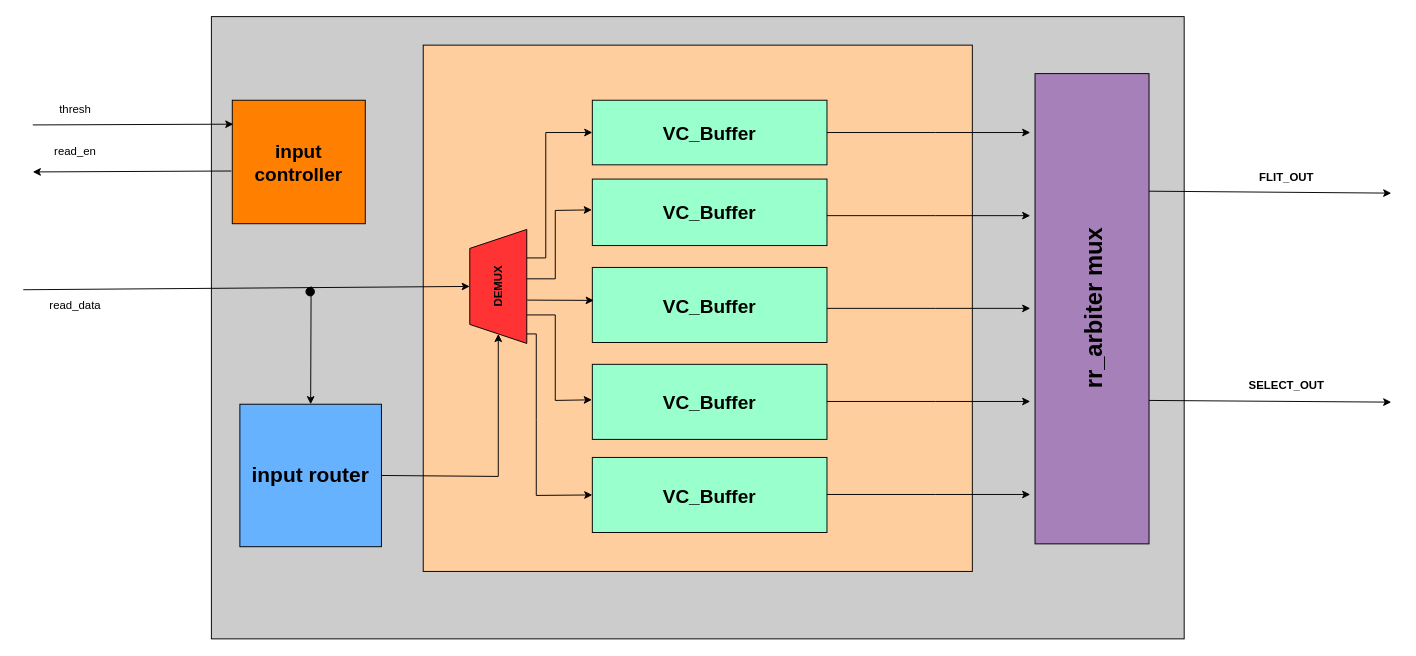
Before: page "temp-input_module" (13 of 16) of NoC.drawio in Akilax0/minimal_NoC, a draw.io diagram. Source tidied: cells renumbered, new cells numbered last; positions are measured from the earlier drawing's top-left corner, leaving out a move shared by most shapes. Both pictures are drawn from the tidied source at 95%, with x=0, y=0 at pixel (23, 16).
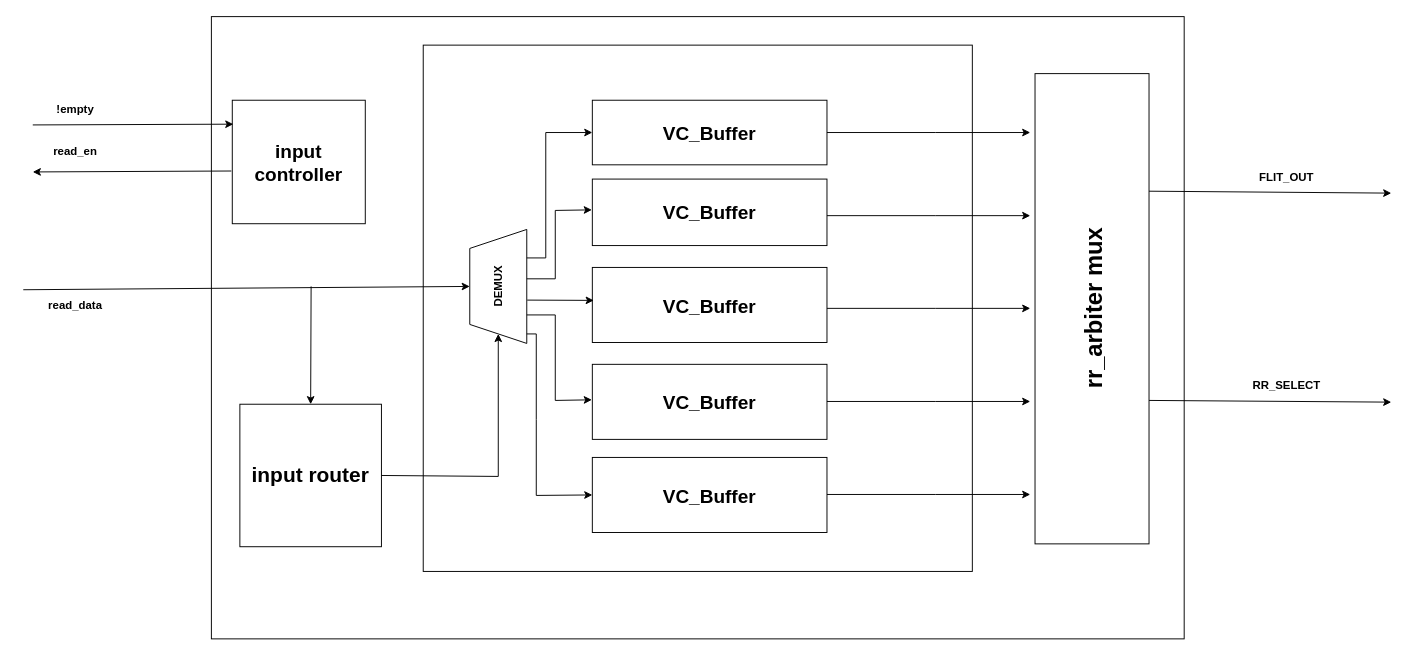
Above is the later version.

Diff of the diagram source:
```diff
@@
-    <mxCell id="2" style="rounded=0;whiteSpace=wrap;html=1;fillColor=#CCCCCC;" parent="1" vertex="1">
+    <mxCell id="2" style="rounded=0;whiteSpace=wrap;html=1;fillColor=none;" parent="1" vertex="1">
       <mxGeometry x="198" width="1024" height="655" as="geometry" />
     </mxCell>
-    <mxCell id="3" style="rounded=0;whiteSpace=wrap;html=1;fillColor=#FFCE9F;" parent="1" vertex="1">
+    <mxCell id="3" style="rounded=0;whiteSpace=wrap;html=1;fillColor=none;" parent="1" vertex="1">
       <mxGeometry x="421" y="30" width="578" height="554" as="geometry" />
     </mxCell>
-    <mxCell id="4" value="&lt;font style=&quot;font-size: 22px;&quot;&gt;&lt;b&gt;input router&lt;/b&gt;&lt;/font&gt;" style="rounded=0;whiteSpace=wrap;html=1;fillColor=#66B2FF;" parent="1" vertex="1">
+    <mxCell id="4" value="&lt;font style=&quot;font-size: 22px;&quot;&gt;&lt;b&gt;input router&lt;/b&gt;&lt;/font&gt;" style="rounded=0;whiteSpace=wrap;html=1;fillColor=none;" parent="1" vertex="1">
       <mxGeometry x="228" y="408" width="149" height="150" as="geometry" />
     </mxCell>
-    <mxCell id="5" value="&lt;font style=&quot;font-size: 20px;&quot;&gt;&lt;b&gt;VC_Buffer&lt;/b&gt;&lt;/font&gt;" style="rounded=0;whiteSpace=wrap;html=1;fillColor=#99FFCC;" parent="1" vertex="1">
+    <mxCell id="5" value="&lt;font style=&quot;font-size: 20px;&quot;&gt;&lt;b&gt;VC_Buffer&lt;/b&gt;&lt;/font&gt;" style="rounded=0;whiteSpace=wrap;html=1;fillColor=none;" parent="1" vertex="1">
       <mxGeometry x="599" y="88" width="247" height="68" as="geometry" />
     </mxCell>
-    <mxCell id="6" value="&lt;font style=&quot;font-size: 20px;&quot;&gt;&lt;b&gt;VC_Buffer&lt;/b&gt;&lt;/font&gt;" style="rounded=0;whiteSpace=wrap;html=1;fillColor=#99FFCC;" parent="1" vertex="1">
+    <mxCell id="6" value="&lt;font style=&quot;font-size: 20px;&quot;&gt;&lt;b&gt;VC_Buffer&lt;/b&gt;&lt;/font&gt;" style="rounded=0;whiteSpace=wrap;html=1;fillColor=none;" parent="1" vertex="1">
       <mxGeometry x="599" y="171" width="247" height="70" as="geometry" />
     </mxCell>
-    <mxCell id="7" value="&lt;font style=&quot;font-size: 20px;&quot;&gt;&lt;b&gt;VC_Buffer&lt;/b&gt;&lt;/font&gt;" style="rounded=0;whiteSpace=wrap;html=1;fillColor=#99FFCC;" parent="1" vertex="1">
+    <mxCell id="7" value="&lt;font style=&quot;font-size: 20px;&quot;&gt;&lt;b&gt;VC_Buffer&lt;/b&gt;&lt;/font&gt;" style="rounded=0;whiteSpace=wrap;html=1;fillColor=none;" parent="1" vertex="1">
       <mxGeometry x="599" y="264" width="247" height="79" as="geometry" />
     </mxCell>
-    <mxCell id="8" value="&lt;font style=&quot;font-size: 20px;&quot;&gt;&lt;b&gt;VC_Buffer&lt;/b&gt;&lt;/font&gt;" style="rounded=0;whiteSpace=wrap;html=1;fillColor=#99FFCC;" parent="1" vertex="1">
+    <mxCell id="8" value="&lt;font style=&quot;font-size: 20px;&quot;&gt;&lt;b&gt;VC_Buffer&lt;/b&gt;&lt;/font&gt;" style="rounded=0;whiteSpace=wrap;html=1;fillColor=none;" parent="1" vertex="1">
       <mxGeometry x="599" y="366" width="247" height="79" as="geometry" />
     </mxCell>
-    <mxCell id="9" style="rounded=0;whiteSpace=wrap;html=1;fillColor=#A680B8;" parent="1" vertex="1">
+    <mxCell id="9" style="rounded=0;whiteSpace=wrap;html=1;fillColor=none;" parent="1" vertex="1">
       <mxGeometry x="1065" y="60" width="120" height="495" as="geometry" />
     </mxCell>
@@
-    <mxCell id="11" style="endArrow=classic;html=1;rounded=0;exitX=-0.007;exitY=0.409;exitDx=0;exitDy=0;exitPerimeter=0;" parent="1" edge="1">
+    <mxCell id="11" style="endArrow=classic;html=1;rounded=0;exitX=-0.007;exitY=0.409;exitDx=0;exitDy=0;exitPerimeter=0;fillColor=none;" parent="1" edge="1">
       <mxGeometry relative="1" as="geometry">
         <mxPoint x="219" y="162.5" as="sourcePoint" />
         <mxPoint x="10" y="163.5" as="targetPoint" />
       </mxGeometry>
     </mxCell>
-    <mxCell id="12" value="read_en" style="text;html=1;strokeColor=none;fillColor=none;align=center;verticalAlign=middle;whiteSpace=wrap;rounded=0;" parent="1" vertex="1">
+    <mxCell id="12" value="read_en" style="text;html=1;strokeColor=none;fillColor=none;align=center;verticalAlign=middle;whiteSpace=wrap;rounded=0;fontStyle=1;" parent="1" vertex="1">
       <mxGeometry x="5" y="127.2" width="100" height="28.8" as="geometry" />
     </mxCell>
-    <mxCell id="13" style="endArrow=classic;html=1;rounded=0;entryX=0.5;entryY=0;entryDx=0;entryDy=0;" parent="1" edge="1" target="15">
+    <mxCell id="13" style="endArrow=classic;html=1;rounded=0;entryX=0.5;entryY=0;entryDx=0;entryDy=0;fillColor=none;" parent="1" edge="1" target="15">
       <mxGeometry relative="1" as="geometry">
         <mxPoint y="287.5" as="sourcePoint" />
       </mxGeometry>
     </mxCell>
-    <mxCell id="14" value="read_data" style="text;html=1;strokeColor=none;fillColor=none;align=center;verticalAlign=middle;whiteSpace=wrap;rounded=0;" parent="1" vertex="1">
+    <mxCell id="14" value="read_data" style="text;html=1;strokeColor=none;fillColor=none;align=center;verticalAlign=middle;whiteSpace=wrap;rounded=0;fontStyle=1;" parent="1" vertex="1">
       <mxGeometry x="10" y="285" width="90" height="37" as="geometry" />
     </mxCell>
-    <mxCell id="15" value="&lt;b&gt;DEMUX&lt;/b&gt;" style="shape=trapezoid;perimeter=trapezoidPerimeter;whiteSpace=wrap;html=1;fixedSize=1;rotation=-90;fillColor=#FF3333;" parent="1" vertex="1">
+    <mxCell id="15" value="&lt;b&gt;DEMUX&lt;/b&gt;" style="shape=trapezoid;perimeter=trapezoidPerimeter;whiteSpace=wrap;html=1;fixedSize=1;rotation=-90;fillColor=none;" parent="1" vertex="1">
       <mxGeometry x="440" y="254" width="120" height="60" as="geometry" />
     </mxCell>
-    <mxCell id="16" style="endArrow=classic;html=1;rounded=0;entryX=0.5;entryY=0;entryDx=0;entryDy=0;" parent="1" edge="1" target="4">
+    <mxCell id="16" style="endArrow=classic;html=1;rounded=0;entryX=0.5;entryY=0;entryDx=0;entryDy=0;fillColor=none;" parent="1" edge="1" target="4">
       <mxGeometry relative="1" as="geometry">
         <mxPoint x="303" y="284" as="sourcePoint" />
       </mxGeometry>
     </mxCell>
-    <mxCell id="17" style="ellipse;whiteSpace=wrap;html=1;fillColor=#000000;" parent="1" vertex="1">
-      <mxGeometry x="297.5" y="285" width="9" height="9" as="geometry" />
-    </mxCell>
-    <mxCell id="18" style="endArrow=classic;html=1;rounded=0;exitX=1;exitY=0.5;exitDx=0;exitDy=0;" parent="1" edge="1" source="4" target="15">
+    <mxCell id="18" style="endArrow=classic;html=1;rounded=0;exitX=1;exitY=0.5;exitDx=0;exitDy=0;fillColor=none;" parent="1" edge="1" source="4" target="15">
       <mxGeometry relative="1" as="geometry">
         <Array as="points">
           <mxPoint x="500" y="484" />
         </Array>
       </mxGeometry>
     </mxCell>
-    <mxCell id="19" style="endArrow=classic;html=1;rounded=0;exitX=0.75;exitY=1;exitDx=0;exitDy=0;entryX=0;entryY=0.5;entryDx=0;entryDy=0;" parent="1" edge="1" source="15" target="5">
+    <mxCell id="19" style="endArrow=classic;html=1;rounded=0;exitX=0.75;exitY=1;exitDx=0;exitDy=0;entryX=0;entryY=0.5;entryDx=0;entryDy=0;fillColor=none;" parent="1" edge="1" source="15" target="5">
       <mxGeometry relative="1" as="geometry">
         <Array as="points">
           <mxPoint x="550" y="254" />
           <mxPoint x="550" y="122" />
         </Array>
       </mxGeometry>
     </mxCell>
-    <mxCell id="20" style="endArrow=classic;html=1;rounded=0;exitX=0.75;exitY=1;exitDx=0;exitDy=0;entryX=-0.002;entryY=0.463;entryDx=0;entryDy=0;entryPerimeter=0;" parent="1" edge="1" target="6">
+    <mxCell id="20" style="endArrow=classic;html=1;rounded=0;exitX=0.75;exitY=1;exitDx=0;exitDy=0;entryX=-0.002;entryY=0.463;entryDx=0;entryDy=0;entryPerimeter=0;fillColor=none;" parent="1" edge="1" target="6">
       <mxGeometry relative="1" as="geometry">
         <mxPoint x="530" y="276" as="sourcePoint" />
         <Array as="points">
           <mxPoint x="560" y="276" />
           <mxPoint x="560" y="204" />
         </Array>
       </mxGeometry>
     </mxCell>
-    <mxCell id="21" style="endArrow=classic;html=1;rounded=0;exitX=0.301;exitY=0.991;exitDx=0;exitDy=0;exitPerimeter=0;entryX=0.002;entryY=0.56;entryDx=0;entryDy=0;entryPerimeter=0;" parent="1" edge="1">
+    <mxCell id="21" style="endArrow=classic;html=1;rounded=0;exitX=0.301;exitY=0.991;exitDx=0;exitDy=0;exitPerimeter=0;entryX=0.002;entryY=0.56;entryDx=0;entryDy=0;entryPerimeter=0;fillColor=none;" parent="1" edge="1">
       <mxGeometry relative="1" as="geometry">
         <mxPoint x="530.5" y="298.4" as="sourcePoint" />
         <mxPoint x="600.5" y="298.7" as="targetPoint" />
       </mxGeometry>
     </mxCell>
-    <mxCell id="22" style="endArrow=classic;html=1;rounded=0;exitX=0.25;exitY=1;exitDx=0;exitDy=0;entryX=-0.002;entryY=0.473;entryDx=0;entryDy=0;entryPerimeter=0;" parent="1" edge="1" source="15" target="8">
+    <mxCell id="22" style="endArrow=classic;html=1;rounded=0;exitX=0.25;exitY=1;exitDx=0;exitDy=0;entryX=-0.002;entryY=0.473;entryDx=0;entryDy=0;entryPerimeter=0;fillColor=none;" parent="1" edge="1" source="15" target="8">
       <mxGeometry relative="1" as="geometry">
         <Array as="points">
           <mxPoint x="560" y="314" />
           <mxPoint x="560" y="404" />
         </Array>
       </mxGeometry>
     </mxCell>
-    <mxCell id="23" style="endArrow=classic;html=1;rounded=0;exitX=1;exitY=0.5;exitDx=0;exitDy=0;" parent="1" edge="1" source="5">
+    <mxCell id="23" style="endArrow=classic;html=1;rounded=0;exitX=1;exitY=0.5;exitDx=0;exitDy=0;fillColor=none;" parent="1" edge="1" source="5">
       <mxGeometry relative="1" as="geometry">
         <mxPoint x="1060" y="122" as="targetPoint" />
         <Array as="points">
           <mxPoint x="960" y="122" />
         </Array>
       </mxGeometry>
     </mxCell>
-    <mxCell id="24" style="endArrow=classic;html=1;rounded=0;exitX=1;exitY=0.5;exitDx=0;exitDy=0;" parent="1" edge="1">
+    <mxCell id="24" style="endArrow=classic;html=1;rounded=0;exitX=1;exitY=0.5;exitDx=0;exitDy=0;fillColor=none;" parent="1" edge="1">
       <mxGeometry relative="1" as="geometry">
         <mxPoint x="846" y="209.5" as="sourcePoint" />
         <mxPoint x="1060" y="209.5" as="targetPoint" />
         <Array as="points">
           <mxPoint x="960" y="209.5" />
         </Array>
       </mxGeometry>
     </mxCell>
-    <mxCell id="25" style="endArrow=classic;html=1;rounded=0;exitX=1;exitY=0.5;exitDx=0;exitDy=0;" parent="1" edge="1">
+    <mxCell id="25" style="endArrow=classic;html=1;rounded=0;exitX=1;exitY=0.5;exitDx=0;exitDy=0;fillColor=none;" parent="1" edge="1">
       <mxGeometry relative="1" as="geometry">
         <mxPoint x="846" y="307.1" as="sourcePoint" />
         <mxPoint x="1060" y="307.1" as="targetPoint" />
         <Array as="points">
           <mxPoint x="960" y="307.1" />
         </Array>
       </mxGeometry>
     </mxCell>
-    <mxCell id="26" style="endArrow=classic;html=1;rounded=0;exitX=1;exitY=0.5;exitDx=0;exitDy=0;" parent="1" edge="1">
+    <mxCell id="26" style="endArrow=classic;html=1;rounded=0;exitX=1;exitY=0.5;exitDx=0;exitDy=0;fillColor=none;" parent="1" edge="1">
       <mxGeometry relative="1" as="geometry">
         <mxPoint x="846" y="405.1" as="sourcePoint" />
         <mxPoint x="1060" y="405.1" as="targetPoint" />
         <Array as="points">
           <mxPoint x="960" y="405.1" />
         </Array>
       </mxGeometry>
     </mxCell>
-    <mxCell id="27" style="endArrow=classic;html=1;rounded=0;exitX=1;exitY=0.25;exitDx=0;exitDy=0;" parent="1" edge="1" source="9">
+    <mxCell id="27" style="endArrow=classic;html=1;rounded=0;exitX=1;exitY=0.25;exitDx=0;exitDy=0;fillColor=none;" parent="1" edge="1" source="9">
       <mxGeometry relative="1" as="geometry">
         <mxPoint x="1440" y="185.8" as="targetPoint" />
       </mxGeometry>
     </mxCell>
@@
-    <mxCell id="29" style="endArrow=classic;html=1;rounded=0;exitX=1;exitY=0.25;exitDx=0;exitDy=0;" parent="1" edge="1">
+    <mxCell id="29" style="endArrow=classic;html=1;rounded=0;exitX=1;exitY=0.25;exitDx=0;exitDy=0;fillColor=none;" parent="1" edge="1">
       <mxGeometry relative="1" as="geometry">
         <mxPoint x="1185" y="404" as="sourcePoint" />
         <mxPoint x="1440" y="405.8" as="targetPoint" />
       </mxGeometry>
     </mxCell>
-    <mxCell id="30" value="&lt;b&gt;SELECT_OUT&lt;/b&gt;" style="text;html=1;strokeColor=none;fillColor=none;align=center;verticalAlign=middle;whiteSpace=wrap;rounded=0;" parent="1" vertex="1">
+    <mxCell id="30" value="&lt;b&gt;&lt;font style=&quot;font-size: 12px;&quot;&gt;RR_SELECT&lt;/font&gt;&lt;/b&gt;" style="text;html=1;strokeColor=none;fillColor=none;align=center;verticalAlign=middle;whiteSpace=wrap;rounded=0;" parent="1" vertex="1">
       <mxGeometry x="1260" y="374" width="140" height="30" as="geometry" />
     </mxCell>
-    <mxCell id="31" value="&lt;font style=&quot;font-size: 20px;&quot;&gt;&lt;b&gt;input controller&lt;/b&gt;&lt;/font&gt;" style="rounded=0;whiteSpace=wrap;html=1;fillColor=#FF8000;" parent="1" vertex="1">
+    <mxCell id="31" value="&lt;font style=&quot;font-size: 20px;&quot;&gt;&lt;b&gt;input controller&lt;/b&gt;&lt;/font&gt;" style="rounded=0;whiteSpace=wrap;html=1;fillColor=none;" parent="1" vertex="1">
       <mxGeometry x="220" y="88" width="140" height="130" as="geometry" />
     </mxCell>
-    <mxCell id="32" style="endArrow=classic;html=1;rounded=0;entryX=0.008;entryY=0.194;entryDx=0;entryDy=0;entryPerimeter=0;" parent="1" edge="1" target="31">
+    <mxCell id="32" style="endArrow=classic;html=1;rounded=0;entryX=0.008;entryY=0.194;entryDx=0;entryDy=0;entryPerimeter=0;fillColor=none;" parent="1" edge="1" target="31">
       <mxGeometry relative="1" as="geometry">
         <mxPoint x="10" y="114" as="sourcePoint" />
       </mxGeometry>
     </mxCell>
-    <mxCell id="33" value="thresh" style="text;html=1;strokeColor=none;fillColor=none;align=center;verticalAlign=middle;whiteSpace=wrap;rounded=0;" parent="1" vertex="1">
+    <mxCell id="33" value="!empty" style="text;html=1;strokeColor=none;fillColor=none;align=center;verticalAlign=middle;whiteSpace=wrap;rounded=0;fontStyle=1;" parent="1" vertex="1">
       <mxGeometry x="5" y="84" width="100" height="28.8" as="geometry" />
     </mxCell>
-    <mxCell id="34" value="&lt;font style=&quot;font-size: 20px;&quot;&gt;&lt;b&gt;VC_Buffer&lt;/b&gt;&lt;/font&gt;" style="rounded=0;whiteSpace=wrap;html=1;fillColor=#99FFCC;" parent="1" vertex="1">
+    <mxCell id="34" value="&lt;font style=&quot;font-size: 20px;&quot;&gt;&lt;b&gt;VC_Buffer&lt;/b&gt;&lt;/font&gt;" style="rounded=0;whiteSpace=wrap;html=1;fillColor=none;" parent="1" vertex="1">
       <mxGeometry x="599" y="464" width="247" height="79" as="geometry" />
     </mxCell>
-    <mxCell id="35" style="endArrow=classic;html=1;rounded=0;exitX=1;exitY=0.5;exitDx=0;exitDy=0;" parent="1" edge="1">
+    <mxCell id="35" style="endArrow=classic;html=1;rounded=0;exitX=1;exitY=0.5;exitDx=0;exitDy=0;fillColor=none;" parent="1" edge="1">
       <mxGeometry relative="1" as="geometry">
         <mxPoint x="846" y="503" as="sourcePoint" />
         <mxPoint x="1060" y="503" as="targetPoint" />
         <Array as="points">
           <mxPoint x="960" y="503" />
         </Array>
       </mxGeometry>
     </mxCell>
-    <mxCell id="36" style="endArrow=classic;html=1;rounded=0;exitX=0.25;exitY=1;exitDx=0;exitDy=0;entryX=0;entryY=0.5;entryDx=0;entryDy=0;" parent="1" edge="1" target="34">
+    <mxCell id="36" style="endArrow=classic;html=1;rounded=0;exitX=0.25;exitY=1;exitDx=0;exitDy=0;entryX=0;entryY=0.5;entryDx=0;entryDy=0;fillColor=none;" parent="1" edge="1" target="34">
       <mxGeometry relative="1" as="geometry">
         <mxPoint x="530" y="334" as="sourcePoint" />
         <Array as="points">
           <mxPoint x="540" y="334" />
           <mxPoint x="540" y="424" />
           <mxPoint x="540" y="504" />
         </Array>
       </mxGeometry>
     </mxCell>
```
